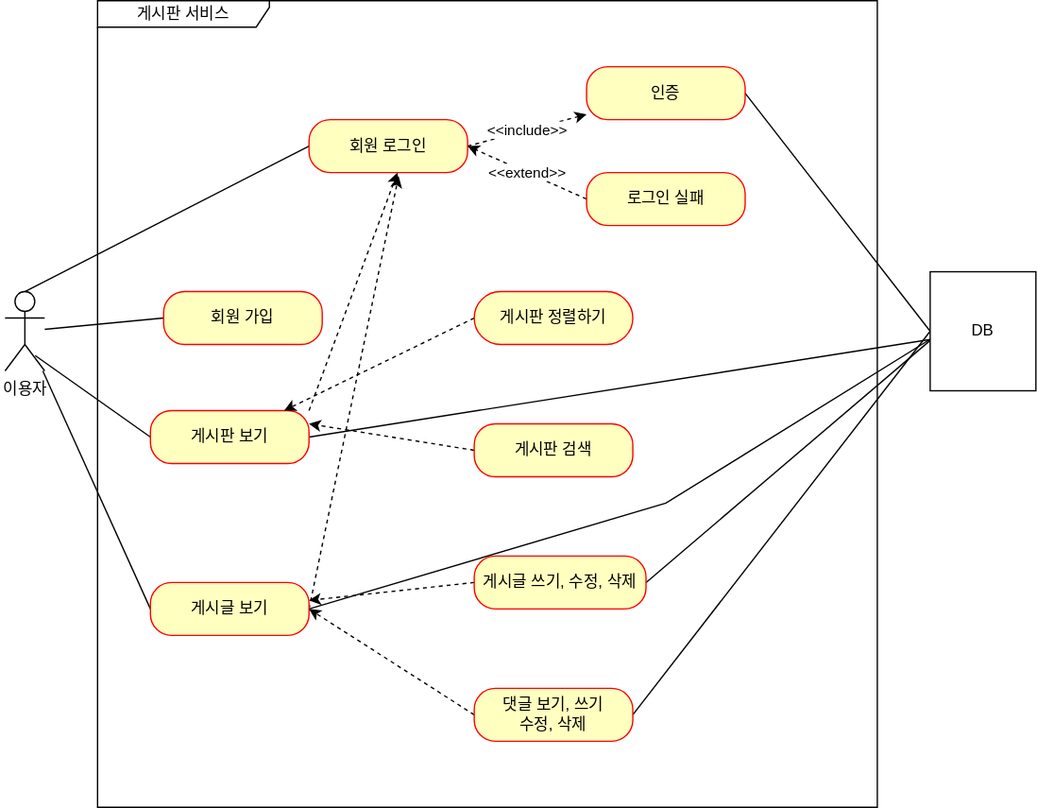
akak4456/practice keeps this draw.io diagram as document/use-case.svg. Above is the earlier version. Source tidied: cells renumbered, new cells last; positions are measured from the earlier drawing's top-left corner, leaving out a move shared by most shapes.
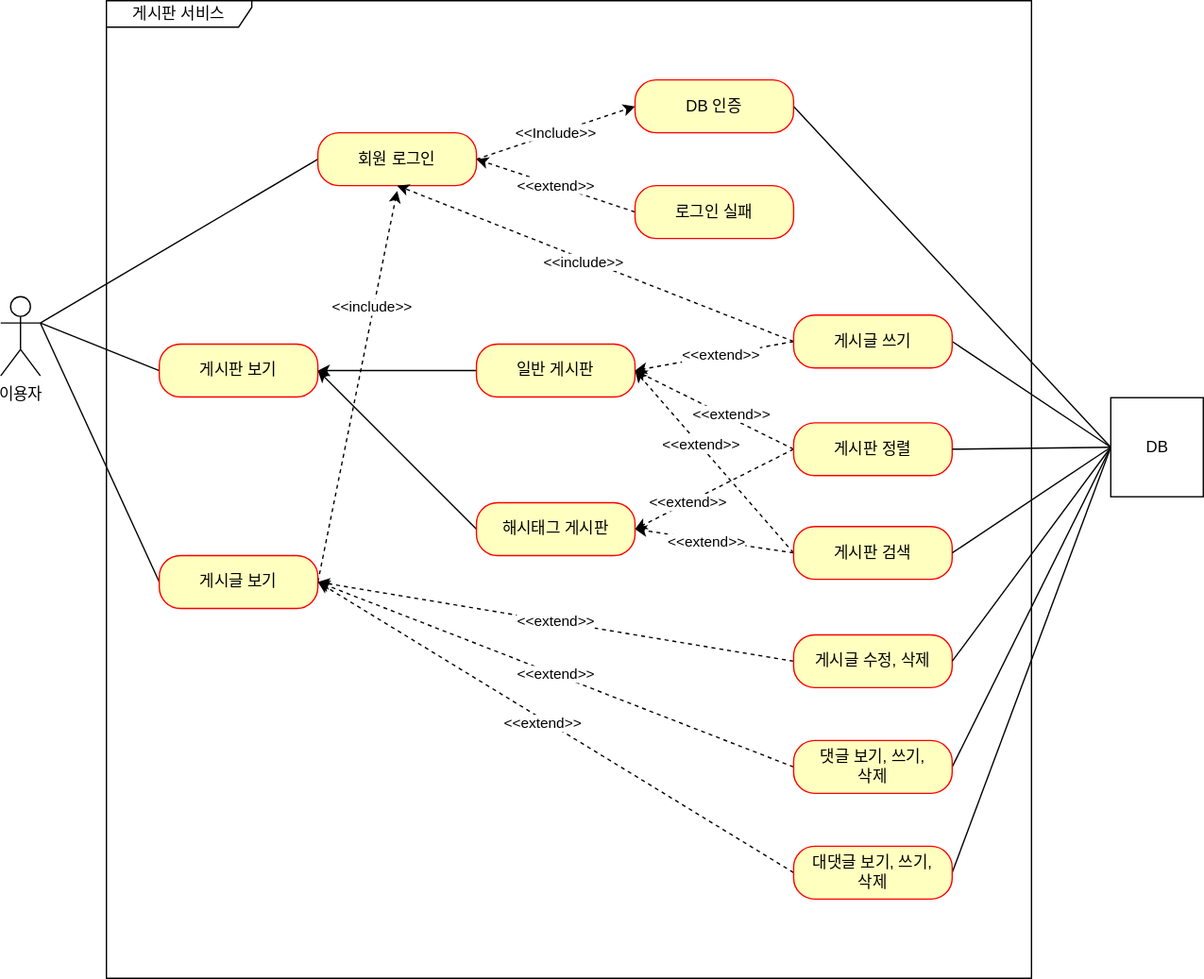
Later version of the same file.

Commit message:
#38-use case 업데이트 함

Change to the diagram source:
```diff
@@ -2,99 +2,165 @@
   <root>
     <mxCell id="0" />
     <mxCell id="1" parent="0" />
-    <mxCell id="2" value="이용자" style="shape=umlActor;verticalLabelPosition=bottom;verticalAlign=top;html=1;direction=east;" parent="1" vertex="1">
-      <mxGeometry y="220" width="30" height="60" as="geometry" />
+    <mxCell id="2" value="이용자" style="shape=umlActor;verticalLabelPosition=bottom;verticalAlign=top;html=1;" parent="1" vertex="1">
+      <mxGeometry x="20" y="324" width="30" height="60" as="geometry" />
     </mxCell>
-    <mxCell id="3" value="게시판 서비스" style="shape=umlFrame;whiteSpace=wrap;html=1;width=130;height=20;" parent="1" vertex="1">
-      <mxGeometry x="70" width="590" height="610" as="geometry" />
+    <mxCell id="3" value="게시판 서비스" style="shape=umlFrame;whiteSpace=wrap;html=1;width=110;height=20;" parent="1" vertex="1">
+      <mxGeometry x="100" y="100" width="700" height="740" as="geometry" />
     </mxCell>
-    <mxCell id="4" style="rounded=0;jettySize=auto;html=1;exitX=0;exitY=0.5;exitDx=0;exitDy=0;endArrow=none;endFill=0;" parent="1" edge="1" source="5" target="2">
-      <mxGeometry relative="1" as="geometry" />
-    </mxCell>
-    <mxCell id="5" value="회원 가입" style="rounded=1;whiteSpace=wrap;html=1;arcSize=40;fontColor=#000000;fillColor=#ffffc0;strokeColor=#ff0000;" parent="1" vertex="1">
-      <mxGeometry x="120" y="220" width="120" height="40" as="geometry" />
-    </mxCell>
+    <mxCell id="32" style="rounded=0;jettySize=auto;html=1;exitX=0;exitY=0.5;exitDx=0;exitDy=0;entryX=1;entryY=0.5;entryDx=0;entryDy=0;" parent="1" edge="1" source="33" target="9">
+      <mxGeometry relative="1" as="geometry" />
+    </mxCell>
+    <mxCell id="33" value="일반 게시판" style="rounded=1;whiteSpace=wrap;html=1;arcSize=40;fontColor=#000000;fillColor=#ffffc0;strokeColor=#ff0000;" parent="1" vertex="1">
+      <mxGeometry x="380" y="360" width="120" height="40" as="geometry" />
+    </mxCell>
-    <mxCell id="6" style="rounded=0;jettySize=auto;html=1;exitX=0;exitY=0.5;exitDx=0;exitDy=0;entryX=0.761;entryY=0.806;entryDx=0;entryDy=0;entryPerimeter=0;endArrow=none;endFill=0;" parent="1" edge="1" source="9" target="2">
+    <mxCell id="6" style="edgeStyle=none;rounded=0;jettySize=auto;html=1;exitX=0;exitY=0.5;exitDx=0;exitDy=0;entryX=1;entryY=0.3333333333333333;entryDx=0;entryDy=0;entryPerimeter=0;endArrow=none;endFill=0;" parent="1" edge="1" source="9" target="2">
       <mxGeometry relative="1" as="geometry" />
     </mxCell>
-    <mxCell id="7" style="rounded=0;jettySize=auto;html=1;exitX=1;exitY=0;exitDx=0;exitDy=0;entryX=0.558;entryY=1;entryDx=0;entryDy=0;entryPerimeter=0;dashed=1;" parent="1" edge="1" source="9" target="16">
-      <mxGeometry relative="1" as="geometry" />
-    </mxCell>
-    <mxCell id="8" style="rounded=0;jettySize=auto;html=1;exitX=1;exitY=0.5;exitDx=0;exitDy=0;endArrow=none;endFill=0;" parent="1" edge="1" source="9" target="31">
-      <mxGeometry relative="1" as="geometry" />
-    </mxCell>
     <mxCell id="9" value="게시판 보기" style="rounded=1;whiteSpace=wrap;html=1;arcSize=40;fontColor=#000000;fillColor=#ffffc0;strokeColor=#ff0000;" parent="1" vertex="1">
-      <mxGeometry x="110" y="310" width="120" height="40" as="geometry" />
+      <mxGeometry x="140" y="360" width="120" height="40" as="geometry" />
     </mxCell>
-    <mxCell id="10" style="rounded=0;jettySize=auto;html=1;exitX=0;exitY=0.5;exitDx=0;exitDy=0;endArrow=none;endFill=0;" parent="1" edge="1" source="13" target="2">
-      <mxGeometry relative="1" as="geometry" />
-    </mxCell>
-    <mxCell id="11" style="rounded=0;jettySize=auto;html=1;exitX=1;exitY=0.5;exitDx=0;exitDy=0;dashed=1;entryX=0.565;entryY=1.063;entryDx=0;entryDy=0;entryPerimeter=0;" parent="1" edge="1" source="13" target="16">
-      <mxGeometry relative="1" as="geometry" />
-    </mxCell>
-    <mxCell id="12" style="rounded=0;jettySize=auto;html=1;exitX=1;exitY=0.5;exitDx=0;exitDy=0;entryX=0.004;entryY=0.565;entryDx=0;entryDy=0;entryPerimeter=0;endArrow=none;endFill=0;" parent="1" edge="1" source="13" target="31">
-      <mxGeometry relative="1" as="geometry">
-        <Array as="points">
-          <mxPoint x="500" y="380" />
-        </Array>
-      </mxGeometry>
-    </mxCell>
+    <mxCell id="34" style="edgeStyle=none;rounded=0;jettySize=auto;html=1;exitX=0;exitY=0.5;exitDx=0;exitDy=0;endArrow=none;endFill=0;" parent="1" edge="1" source="13">
+      <mxGeometry relative="1" as="geometry">
+        <mxPoint x="50" y="344" as="targetPoint" />
+      </mxGeometry>
+    </mxCell>
+    <mxCell id="35" style="edgeStyle=none;rounded=0;jettySize=auto;html=1;exitX=1;exitY=0.5;exitDx=0;exitDy=0;dashed=1;endArrow=classic;endFill=1;" parent="1" edge="1" source="13">
+      <mxGeometry relative="1" as="geometry">
+        <mxPoint x="320" y="244" as="targetPoint" />
+      </mxGeometry>
+    </mxCell>
+    <mxCell id="36" value="&amp;lt;&amp;lt;include&amp;gt;&amp;gt;" style="edgeLabel;html=1;align=center;verticalAlign=middle;" parent="35" vertex="1">
+      <mxGeometry x="0.41" y="2" relative="1" as="geometry" />
+    </mxCell>
     <mxCell id="13" value="게시글 보기" style="rounded=1;whiteSpace=wrap;html=1;arcSize=40;fontColor=#000000;fillColor=#ffffc0;strokeColor=#ff0000;" parent="1" vertex="1">
-      <mxGeometry x="110" y="440" width="120" height="40" as="geometry" />
+      <mxGeometry x="140" y="520" width="120" height="40" as="geometry" />
     </mxCell>
-    <mxCell id="14" style="rounded=0;jettySize=auto;html=1;exitX=0;exitY=0.5;exitDx=0;exitDy=0;entryX=0.5;entryY=0;entryDx=0;entryDy=0;entryPerimeter=0;endArrow=none;endFill=0;" parent="1" edge="1" source="16" target="2">
-      <mxGeometry relative="1" as="geometry" />
-    </mxCell>
-    <mxCell id="15" value="&amp;lt;&amp;lt;include&amp;gt;&amp;gt;" style="rounded=0;jettySize=auto;html=1;exitX=1;exitY=0.5;exitDx=0;exitDy=0;endArrow=classic;endFill=1;dashed=1;" parent="1" edge="1" source="16" target="18">
-      <mxGeometry relative="1" as="geometry" />
-    </mxCell>
+    <mxCell id="37" style="edgeStyle=none;rounded=0;jettySize=auto;html=1;exitX=0;exitY=0.5;exitDx=0;exitDy=0;endArrow=none;endFill=0;" parent="1" edge="1" source="16">
+      <mxGeometry relative="1" as="geometry">
+        <mxPoint x="50" y="344" as="targetPoint" />
+      </mxGeometry>
+    </mxCell>
+    <mxCell id="38" value="&amp;lt;&amp;lt;Include&amp;gt;&amp;gt;" style="rounded=0;jettySize=auto;html=1;exitX=1;exitY=0.5;exitDx=0;exitDy=0;entryX=0;entryY=0.5;entryDx=0;entryDy=0;dashed=1;" parent="1" edge="1" source="16" target="40">
+      <mxGeometry relative="1" as="geometry" />
+    </mxCell>
     <mxCell id="16" value="회원 로그인" style="rounded=1;whiteSpace=wrap;html=1;arcSize=40;fontColor=#000000;fillColor=#ffffc0;strokeColor=#ff0000;" parent="1" vertex="1">
-      <mxGeometry x="230" y="90" width="120" height="40" as="geometry" />
+      <mxGeometry x="260" y="200" width="120" height="40" as="geometry" />
     </mxCell>
-    <mxCell id="17" style="rounded=0;jettySize=auto;html=1;exitX=1;exitY=0.5;exitDx=0;exitDy=0;entryX=0;entryY=0.5;entryDx=0;entryDy=0;endArrow=none;endFill=0;" parent="1" edge="1" source="18" target="31">
-      <mxGeometry relative="1" as="geometry" />
-    </mxCell>
-    <mxCell id="18" value="인증" style="rounded=1;whiteSpace=wrap;html=1;arcSize=40;fontColor=#000000;fillColor=#ffffc0;strokeColor=#ff0000;" parent="1" vertex="1">
-      <mxGeometry x="440" y="50" width="120" height="40" as="geometry" />
-    </mxCell>
+    <mxCell id="39" style="edgeStyle=none;rounded=0;jettySize=auto;html=1;exitX=1;exitY=0.5;exitDx=0;exitDy=0;entryX=0;entryY=0.5;entryDx=0;entryDy=0;endArrow=none;endFill=0;" parent="1" edge="1" source="40" target="31">
+      <mxGeometry relative="1" as="geometry" />
+    </mxCell>
+    <mxCell id="40" value="DB 인증" style="rounded=1;whiteSpace=wrap;html=1;arcSize=40;fontColor=#000000;fillColor=#ffffc0;strokeColor=#ff0000;" parent="1" vertex="1">
+      <mxGeometry x="500" y="160" width="120" height="40" as="geometry" />
+    </mxCell>
-    <mxCell id="19" value="&amp;lt;&amp;lt;extend&amp;gt;&amp;gt;" style="rounded=0;jettySize=auto;html=1;exitX=0;exitY=0.5;exitDx=0;exitDy=0;entryX=1;entryY=0.5;entryDx=0;entryDy=0;endArrow=classic;endFill=1;dashed=1;" parent="1" edge="1" source="20" target="16">
+    <mxCell id="19" value="&amp;lt;&amp;lt;extend&amp;gt;&amp;gt;" style="edgeStyle=none;rounded=0;jettySize=auto;html=1;exitX=0;exitY=0.5;exitDx=0;exitDy=0;entryX=1;entryY=0.5;entryDx=0;entryDy=0;endArrow=classic;endFill=1;dashed=1;" parent="1" edge="1" source="20" target="16">
       <mxGeometry relative="1" as="geometry" />
     </mxCell>
     <mxCell id="20" value="로그인 실패" style="rounded=1;whiteSpace=wrap;html=1;arcSize=40;fontColor=#000000;fillColor=#ffffc0;strokeColor=#ff0000;" parent="1" vertex="1">
-      <mxGeometry x="440" y="130" width="120" height="40" as="geometry" />
+      <mxGeometry x="500" y="240" width="120" height="40" as="geometry" />
     </mxCell>
-    <mxCell id="21" style="rounded=0;jettySize=auto;html=1;exitX=0;exitY=0.5;exitDx=0;exitDy=0;dashed=1;" parent="1" edge="1" source="22" target="9">
-      <mxGeometry relative="1" as="geometry" />
-    </mxCell>
-    <mxCell id="22" value="게시판 정렬하기" style="rounded=1;whiteSpace=wrap;html=1;arcSize=50;fontColor=#000000;fillColor=#ffffc0;strokeColor=#ff0000;" parent="1" vertex="1">
-      <mxGeometry x="355" y="220" width="120" height="40" as="geometry" />
-    </mxCell>
-    <mxCell id="23" style="rounded=0;jettySize=auto;html=1;exitX=0;exitY=0.5;exitDx=0;exitDy=0;entryX=1;entryY=0.25;entryDx=0;entryDy=0;dashed=1;" parent="1" edge="1" source="24" target="9">
-      <mxGeometry relative="1" as="geometry" />
-    </mxCell>
+    <mxCell id="41" style="edgeStyle=none;rounded=0;jettySize=auto;html=1;exitX=0;exitY=0.5;exitDx=0;exitDy=0;entryX=1;entryY=0.5;entryDx=0;entryDy=0;dashed=1;endArrow=classic;endFill=1;" parent="1" edge="1" source="45" target="33">
+      <mxGeometry relative="1" as="geometry" />
+    </mxCell>
+    <mxCell id="42" value="&amp;lt;&amp;lt;extend&amp;gt;&amp;gt;" style="edgeLabel;html=1;align=center;verticalAlign=middle;" parent="41" vertex="1">
+      <mxGeometry x="-0.18" y="-3" relative="1" as="geometry" />
+    </mxCell>
+    <mxCell id="43" style="edgeStyle=none;rounded=0;jettySize=auto;html=1;exitX=0;exitY=0.5;exitDx=0;exitDy=0;entryX=1;entryY=0.5;entryDx=0;entryDy=0;dashed=1;" parent="1" edge="1" source="45" target="61">
+      <mxGeometry relative="1" as="geometry" />
+    </mxCell>
+    <mxCell id="44" value="&amp;lt;&amp;lt;extend&amp;gt;&amp;gt;" style="edgeLabel;html=1;align=center;verticalAlign=middle;" parent="43" vertex="1">
+      <mxGeometry x="0.33" relative="1" as="geometry">
+        <mxPoint x="-1" as="offset" />
+      </mxGeometry>
+    </mxCell>
+    <mxCell id="45" value="게시판 정렬" style="rounded=1;whiteSpace=wrap;html=1;arcSize=40;fontColor=#000000;fillColor=#ffffc0;strokeColor=#ff0000;" parent="1" vertex="1">
+      <mxGeometry x="620" y="419.5" width="120" height="40" as="geometry" />
+    </mxCell>
+    <mxCell id="46" style="edgeStyle=none;rounded=0;jettySize=auto;html=1;exitX=0;exitY=0.5;exitDx=0;exitDy=0;dashed=1;endArrow=classic;endFill=1;entryX=1;entryY=0.5;entryDx=0;entryDy=0;" parent="1" edge="1" source="24" target="33">
+      <mxGeometry relative="1" as="geometry" />
+    </mxCell>
+    <mxCell id="47" value="&amp;lt;&amp;lt;extend&amp;gt;&amp;gt;" style="edgeLabel;html=1;align=center;verticalAlign=middle;" parent="46" vertex="1">
+      <mxGeometry x="0.18" y="-1" relative="1" as="geometry" />
+    </mxCell>
+    <mxCell id="48" style="edgeStyle=none;rounded=0;jettySize=auto;html=1;exitX=0;exitY=0.5;exitDx=0;exitDy=0;entryX=1;entryY=0.5;entryDx=0;entryDy=0;dashed=1;" parent="1" edge="1" source="24" target="61">
+      <mxGeometry relative="1" as="geometry" />
+    </mxCell>
+    <mxCell id="49" value="&amp;lt;&amp;lt;extend&amp;gt;&amp;gt;" style="edgeLabel;html=1;align=center;verticalAlign=middle;" parent="48" vertex="1">
+      <mxGeometry x="0.11" y="2" relative="1" as="geometry">
+        <mxPoint x="1" as="offset" />
+      </mxGeometry>
+    </mxCell>
     <mxCell id="24" value="게시판 검색" style="rounded=1;whiteSpace=wrap;html=1;arcSize=40;fontColor=#000000;fillColor=#ffffc0;strokeColor=#ff0000;" parent="1" vertex="1">
-      <mxGeometry x="355" y="320" width="120" height="40" as="geometry" />
+      <mxGeometry x="620" y="498" width="120" height="40" as="geometry" />
     </mxCell>
-    <mxCell id="25" style="rounded=0;jettySize=auto;html=1;exitX=0;exitY=0.5;exitDx=0;exitDy=0;dashed=1;" parent="1" edge="1" source="27" target="13">
-      <mxGeometry relative="1" as="geometry" />
-    </mxCell>
-    <mxCell id="26" style="rounded=0;jettySize=auto;html=1;exitX=1;exitY=0.5;exitDx=0;exitDy=0;entryX=0.004;entryY=0.574;entryDx=0;entryDy=0;entryPerimeter=0;endArrow=none;endFill=0;" parent="1" edge="1" source="27" target="31">
-      <mxGeometry relative="1" as="geometry" />
-    </mxCell>
-    <mxCell id="27" value="게시글 쓰기, 수정, 삭제" style="rounded=1;whiteSpace=wrap;html=1;arcSize=40;fontColor=#000000;fillColor=#ffffc0;strokeColor=#ff0000;" parent="1" vertex="1">
-      <mxGeometry x="355" y="420" width="130" height="40" as="geometry" />
-    </mxCell>
-    <mxCell id="28" style="rounded=0;jettySize=auto;html=1;exitX=0;exitY=0.5;exitDx=0;exitDy=0;entryX=1;entryY=0.5;entryDx=0;entryDy=0;dashed=1;" parent="1" edge="1" source="30" target="13">
-      <mxGeometry relative="1" as="geometry" />
-    </mxCell>
-    <mxCell id="29" style="rounded=0;jettySize=auto;html=1;exitX=1;exitY=0.5;exitDx=0;exitDy=0;entryX=0;entryY=0.5;entryDx=0;entryDy=0;endArrow=none;endFill=0;" parent="1" edge="1" source="30" target="31">
-      <mxGeometry relative="1" as="geometry" />
-    </mxCell>
-    <mxCell id="30" value="댓글 보기, 쓰기&lt;br&gt;수정, 삭제" style="rounded=1;whiteSpace=wrap;html=1;arcSize=40;fontColor=#000000;fillColor=#ffffc0;strokeColor=#ff0000;" parent="1" vertex="1">
-      <mxGeometry x="355" y="520" width="120" height="40" as="geometry" />
-    </mxCell>
+    <mxCell id="50" value="&amp;lt;&amp;lt;extend&amp;gt;&amp;gt;" style="edgeStyle=none;rounded=0;jettySize=auto;html=1;exitX=0;exitY=0.5;exitDx=0;exitDy=0;entryX=1;entryY=0.5;entryDx=0;entryDy=0;dashed=1;endArrow=classic;endFill=1;" parent="1" edge="1" source="51" target="13">
+      <mxGeometry relative="1" as="geometry" />
+    </mxCell>
+    <mxCell id="51" value="게시글 수정, 삭제" style="rounded=1;whiteSpace=wrap;html=1;arcSize=40;fontColor=#000000;fillColor=#ffffc0;strokeColor=#ff0000;" parent="1" vertex="1">
+      <mxGeometry x="620" y="580" width="120" height="40" as="geometry" />
+    </mxCell>
+    <mxCell id="52" style="edgeStyle=none;rounded=0;jettySize=auto;html=1;exitX=0;exitY=0.5;exitDx=0;exitDy=0;dashed=1;endArrow=classic;endFill=1;entryX=1;entryY=0.5;entryDx=0;entryDy=0;" parent="1" edge="1" source="55" target="13">
+      <mxGeometry relative="1" as="geometry" />
+    </mxCell>
+    <mxCell id="53" value="&amp;lt;&amp;lt;extend&amp;gt;&amp;gt;" style="edgeLabel;html=1;align=center;verticalAlign=middle;" parent="52" vertex="1">
+      <mxGeometry x="0.01" relative="1" as="geometry" />
+    </mxCell>
+    <mxCell id="54" style="edgeStyle=none;rounded=0;jettySize=auto;html=1;exitX=1;exitY=0.5;exitDx=0;exitDy=0;endArrow=none;endFill=0;entryX=0;entryY=0.5;entryDx=0;entryDy=0;" parent="1" edge="1" source="55" target="31">
+      <mxGeometry relative="1" as="geometry" />
+    </mxCell>
+    <mxCell id="55" value="댓글 보기, 쓰기,&lt;br&gt;삭제" style="rounded=1;whiteSpace=wrap;html=1;arcSize=40;fontColor=#000000;fillColor=#ffffc0;strokeColor=#ff0000;" parent="1" vertex="1">
+      <mxGeometry x="620" y="660" width="120" height="40" as="geometry" />
+    </mxCell>
+    <mxCell id="56" style="edgeStyle=none;rounded=0;jettySize=auto;html=1;exitX=0;exitY=0.5;exitDx=0;exitDy=0;entryX=1;entryY=0.5;entryDx=0;entryDy=0;endArrow=none;endFill=0;" parent="1" edge="1" source="31" target="51">
+      <mxGeometry relative="1" as="geometry" />
+    </mxCell>
+    <mxCell id="57" style="edgeStyle=none;rounded=0;jettySize=auto;html=1;exitX=0;exitY=0.5;exitDx=0;exitDy=0;entryX=1;entryY=0.5;entryDx=0;entryDy=0;endArrow=none;endFill=0;" parent="1" edge="1" source="31" target="24">
+      <mxGeometry relative="1" as="geometry" />
+    </mxCell>
+    <mxCell id="58" style="edgeStyle=none;rounded=0;jettySize=auto;html=1;exitX=0;exitY=0.5;exitDx=0;exitDy=0;entryX=1;entryY=0.5;entryDx=0;entryDy=0;endArrow=none;endFill=0;" parent="1" edge="1" source="31" target="45">
+      <mxGeometry relative="1" as="geometry" />
+    </mxCell>
+    <mxCell id="59" style="edgeStyle=none;rounded=0;jettySize=auto;html=1;exitX=0;exitY=0.5;exitDx=0;exitDy=0;entryX=1;entryY=0.5;entryDx=0;entryDy=0;endArrow=none;endFill=0;" parent="1" edge="1" source="31" target="67">
+      <mxGeometry relative="1" as="geometry" />
+    </mxCell>
-    <mxCell id="31" value="DB" style="html=1;whiteSpace=wrap;" parent="1" vertex="1">
-      <mxGeometry x="700" y="205" width="80" height="90" as="geometry" />
+    <mxCell id="31" value="DB" style="html=1;" parent="1" vertex="1">
+      <mxGeometry x="860" y="400.5" width="70" height="75" as="geometry" />
     </mxCell>
+    <mxCell id="60" style="jettySize=auto;html=1;exitX=0;exitY=0.5;exitDx=0;exitDy=0;entryX=1;entryY=0.5;entryDx=0;entryDy=0;rounded=0;" parent="1" edge="1" source="61" target="9">
+      <mxGeometry relative="1" as="geometry" />
+    </mxCell>
+    <mxCell id="61" value="해시태그 게시판" style="rounded=1;whiteSpace=wrap;html=1;arcSize=40;fontColor=#000000;fillColor=#ffffc0;strokeColor=#ff0000;" parent="1" vertex="1">
+      <mxGeometry x="380" y="480" width="120" height="40" as="geometry" />
+    </mxCell>
+    <mxCell id="62" style="edgeStyle=none;rounded=0;orthogonalLoop=1;jettySize=auto;html=1;exitX=0;exitY=0.5;exitDx=0;exitDy=0;" parent="1" edge="1" source="24" target="24">
+      <mxGeometry relative="1" as="geometry" />
+    </mxCell>
+    <mxCell id="63" style="edgeStyle=none;rounded=0;jettySize=auto;html=1;exitX=0;exitY=0.5;exitDx=0;exitDy=0;entryX=1;entryY=0.5;entryDx=0;entryDy=0;dashed=1;" parent="1" edge="1" source="67" target="33">
+      <mxGeometry relative="1" as="geometry" />
+    </mxCell>
+    <mxCell id="64" value="&amp;lt;&amp;lt;extend&amp;gt;&amp;gt;" style="edgeLabel;html=1;align=center;verticalAlign=middle;" parent="63" vertex="1">
+      <mxGeometry x="-0.09" y="-1" relative="1" as="geometry" />
+    </mxCell>
+    <mxCell id="65" style="edgeStyle=none;rounded=0;jettySize=auto;html=1;exitX=0;exitY=0.5;exitDx=0;exitDy=0;entryX=0.5;entryY=1;entryDx=0;entryDy=0;endArrow=classic;endFill=1;dashed=1;" parent="1" edge="1" source="67" target="16">
+      <mxGeometry relative="1" as="geometry" />
+    </mxCell>
+    <mxCell id="66" value="&amp;lt;&amp;lt;include&amp;gt;&amp;gt;" style="edgeLabel;html=1;align=center;verticalAlign=middle;" parent="65" vertex="1">
+      <mxGeometry x="0.06" y="2" relative="1" as="geometry" />
+    </mxCell>
+    <mxCell id="67" value="게시글 쓰기" style="rounded=1;whiteSpace=wrap;html=1;arcSize=40;fontColor=#000000;fillColor=#ffffc0;strokeColor=#ff0000;" parent="1" vertex="1">
+      <mxGeometry x="620" y="338" width="120" height="40" as="geometry" />
+    </mxCell>
+    <mxCell id="68" style="edgeStyle=none;rounded=0;jettySize=auto;html=1;exitX=0;exitY=0.5;exitDx=0;exitDy=0;entryX=1;entryY=0.5;entryDx=0;entryDy=0;endArrow=classic;endFill=1;dashed=1;" parent="1" edge="1" source="71" target="13">
+      <mxGeometry relative="1" as="geometry" />
+    </mxCell>
+    <mxCell id="69" value="&amp;lt;&amp;lt;extend&amp;gt;&amp;gt;" style="edgeLabel;html=1;align=center;verticalAlign=middle;" parent="68" vertex="1">
+      <mxGeometry x="0.05" y="3" relative="1" as="geometry" />
+    </mxCell>
+    <mxCell id="70" style="edgeStyle=none;rounded=0;jettySize=auto;html=1;exitX=1;exitY=0.5;exitDx=0;exitDy=0;entryX=0;entryY=0.5;entryDx=0;entryDy=0;endArrow=none;endFill=0;" parent="1" edge="1" source="71" target="31">
+      <mxGeometry relative="1" as="geometry" />
+    </mxCell>
+    <mxCell id="71" value="대댓글 보기, 쓰기,&lt;br&gt;삭제" style="rounded=1;whiteSpace=wrap;html=1;arcSize=40;fontColor=#000000;fillColor=#ffffc0;strokeColor=#ff0000;" parent="1" vertex="1">
+      <mxGeometry x="620" y="740" width="120" height="40" as="geometry" />
+    </mxCell>
   </root>
 </mxGraphModel>
```
